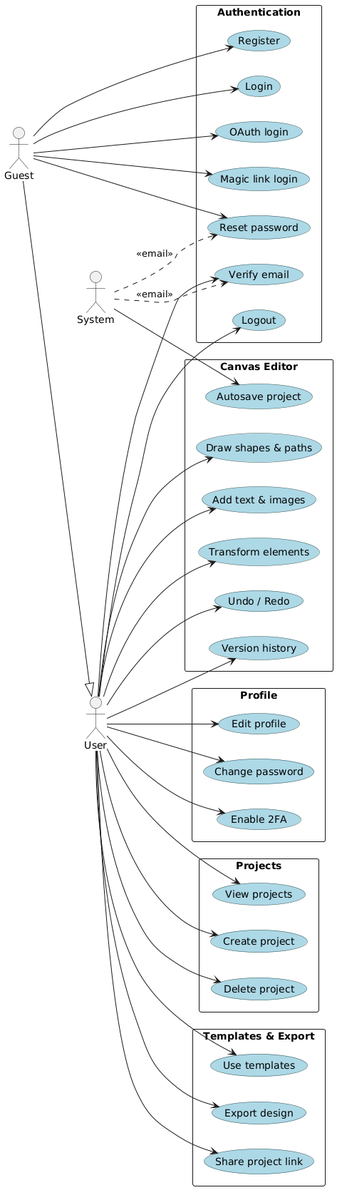
Earlier version of the PlantUML export apps/frontend/public/use-case.png (Lordpluha/webster).
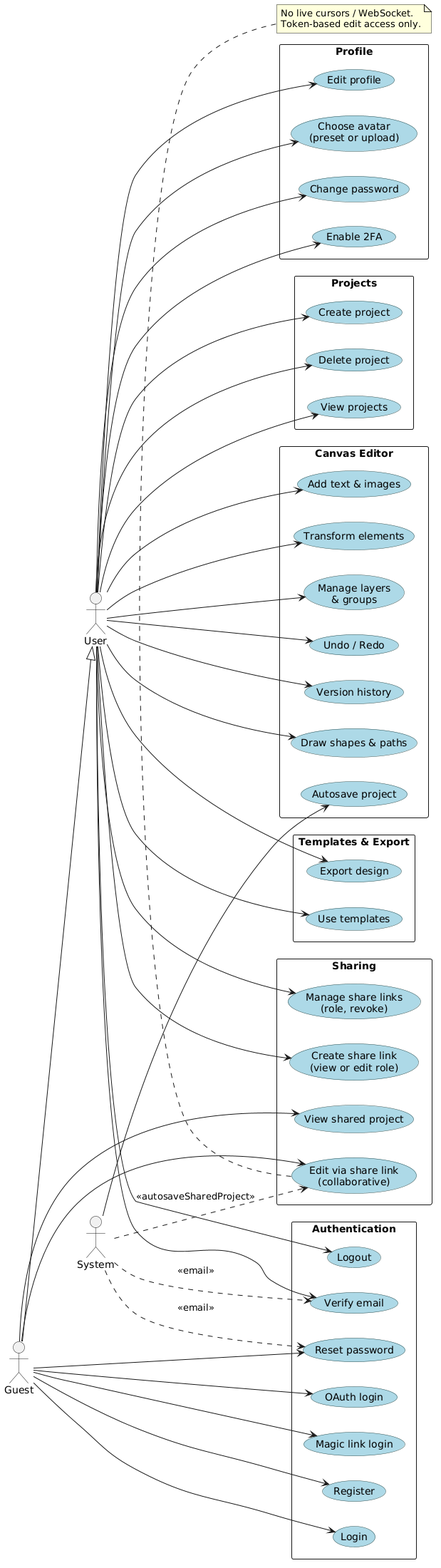
After the change.

Diff of the diagram source:
```diff
@@ -24,6 +24,7 @@
 
 rectangle "Profile" {
   usecase "Edit profile" as UC_Profile
+  usecase "Choose avatar\n(preset or upload)" as UC_Avatar
   usecase "Change password" as UC_ChangePass
   usecase "Enable 2FA" as UC_2FA
 }
@@ -38,6 +39,7 @@
   usecase "Draw shapes & paths" as UC_Draw
   usecase "Add text & images" as UC_Content
   usecase "Transform elements" as UC_Transform
+  usecase "Manage layers\n& groups" as UC_Layers
   usecase "Undo / Redo" as UC_Undo
   usecase "Autosave project" as UC_Autosave
   usecase "Version history" as UC_Version
@@ -46,7 +48,13 @@
 rectangle "Templates & Export" {
   usecase "Use templates" as UC_Templates
   usecase "Export design" as UC_Export
-  usecase "Share project link" as UC_Share
+}
+
+rectangle "Sharing" {
+  usecase "Create share link\n(view or edit role)" as UC_ShareCreate
+  usecase "Manage share links\n(role, revoke)" as UC_ShareManage
+  usecase "View shared project" as UC_ShareView
+  usecase "Edit via share link\n(collaborative)" as UC_ShareEdit
 }
 
 Guest --> UC_Register
@@ -54,10 +62,13 @@
 Guest --> UC_OAuth
 Guest --> UC_ResetPwd
 Guest --> UC_MagicLink
+Guest --> UC_ShareView
+Guest --> UC_ShareEdit
 
 User --> UC_VerifyEmail
 User --> UC_Logout
 User --> UC_Profile
+User --> UC_Avatar
 User --> UC_ChangePass
 User --> UC_2FA
 User --> UC_ListProj
@@ -66,13 +77,21 @@
 User --> UC_Draw
 User --> UC_Content
 User --> UC_Transform
+User --> UC_Layers
 User --> UC_Undo
 User --> UC_Version
 User --> UC_Templates
 User --> UC_Export
-User --> UC_Share
+User --> UC_ShareCreate
+User --> UC_ShareManage
 
 System --> UC_Autosave
+System ..> UC_ShareEdit : <<autosaveSharedProject>>
 System ..> UC_VerifyEmail : <<email>>
 System ..> UC_ResetPwd : <<email>>
+
+note bottom of UC_ShareEdit
+  No live cursors / WebSocket.
+  Token-based edit access only.
+end note
 @enduml
```
